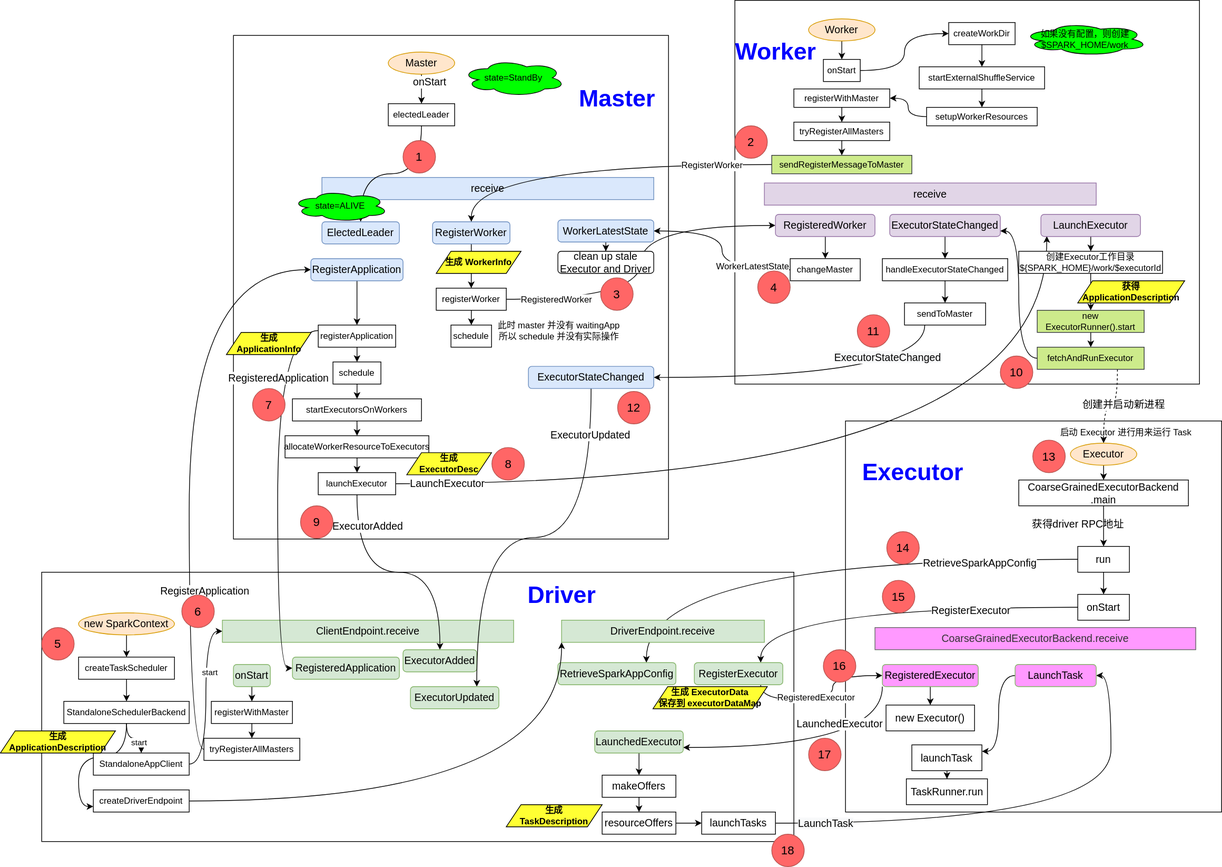
Above: docs/spark/spark-core/deploy/standalone-deploy.drawio.svg in wbo4958/wbo4958.github.io (draw.io), before the change. Source tidied: cells renumbered, new cells last; positions are measured from the earlier drawing's top-left corner, leaving out a move shared by most shapes.
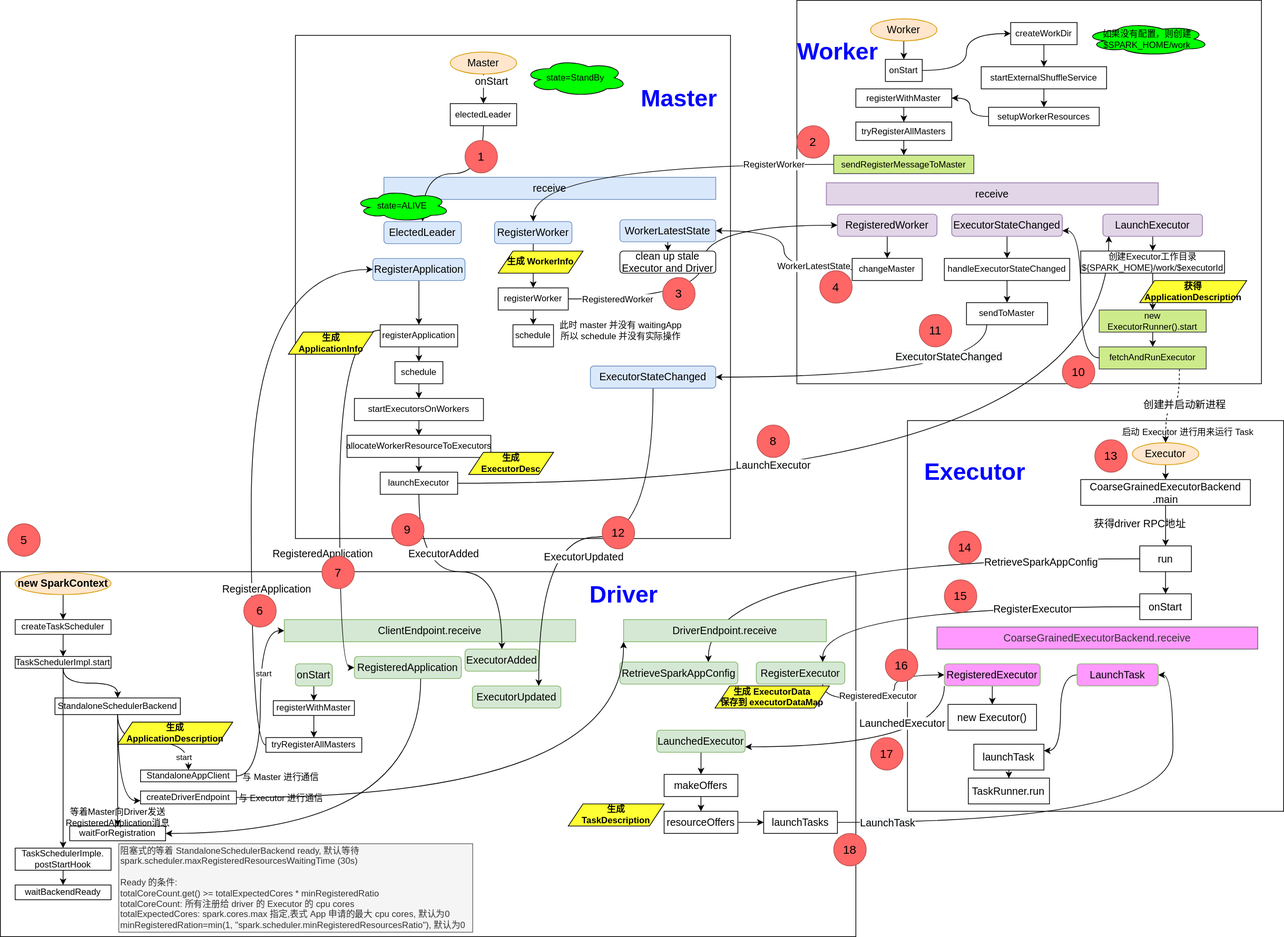
After the change.

Commit message:
Update standalone deploy page (#54)

Diff of the diagram source:
```diff
@@ -6,7 +6,7 @@
       <mxGeometry x="1146" y="570" width="510" height="530" as="geometry" />
     </mxCell>
     <mxCell id="3" style="rounded=0;whiteSpace=wrap;html=1;fillColor=#ffffff;fontSize=14;" parent="1" vertex="1">
-      <mxGeometry x="56" y="775" width="1020" height="365" as="geometry" />
+      <mxGeometry x="-84" y="775" width="1160" height="495" as="geometry" />
     </mxCell>
     <mxCell id="4" style="rounded=0;whiteSpace=wrap;html=1;fontSize=14;" parent="1" vertex="1">
       <mxGeometry x="996" width="630" height="520" as="geometry" />
@@ -158,26 +158,31 @@
     <mxCell id="51" style="edgeStyle=orthogonalEdgeStyle;curved=1;jettySize=auto;html=1;fontSize=12;" parent="1" edge="1" source="52" target="54">
       <mxGeometry relative="1" as="geometry" />
     </mxCell>
-    <mxCell id="52" value="new SparkContext" style="ellipse;whiteSpace=wrap;html=1;fontSize=14;fillColor=#ffe6cc;strokeColor=#d79b00;" parent="1" vertex="1">
-      <mxGeometry x="106" y="830" width="130" height="30" as="geometry" />
+    <mxCell id="52" value="new SparkContext" style="ellipse;whiteSpace=wrap;html=1;fontSize=14;fillColor=#ffe6cc;strokeColor=#d79b00;fontStyle=1;" parent="1" vertex="1">
+      <mxGeometry x="-64" y="776" width="130" height="30" as="geometry" />
     </mxCell>
-    <mxCell id="53" style="edgeStyle=orthogonalEdgeStyle;curved=1;jettySize=auto;html=1;fontSize=12;" parent="1" edge="1" source="54" target="58">
+    <mxCell id="53" style="edgeStyle=orthogonalEdgeStyle;curved=1;jettySize=auto;html=1;fontSize=12;" parent="1" edge="1" source="54" target="182">
       <mxGeometry relative="1" as="geometry" />
     </mxCell>
     <mxCell id="54" value="createTaskScheduler" style="whiteSpace=wrap;html=1;fontSize=12;" parent="1" vertex="1">
-      <mxGeometry x="106" y="890" width="130" height="30" as="geometry" />
+      <mxGeometry x="-64" y="840" width="130" height="20" as="geometry" />
     </mxCell>
     <mxCell id="55" style="edgeStyle=orthogonalEdgeStyle;curved=1;jettySize=auto;html=1;fontSize=12;" parent="1" edge="1" source="58" target="61">
       <mxGeometry relative="1" as="geometry" />
     </mxCell>
     <mxCell id="56" value="start" style="edgeLabel;html=1;align=center;verticalAlign=middle;" parent="55" vertex="1">
-      <mxGeometry x="0.23" y="-5" relative="1" as="geometry" />
+      <mxGeometry x="0.23" y="-5" relative="1" as="geometry">
+        <mxPoint x="21" y="15" as="offset" />
+      </mxGeometry>
     </mxCell>
     <mxCell id="57" style="edgeStyle=orthogonalEdgeStyle;curved=1;jettySize=auto;html=1;exitX=0.5;exitY=1;exitDx=0;exitDy=0;entryX=0;entryY=0.75;entryDx=0;entryDy=0;fontSize=14;" parent="1" edge="1" source="58" target="116">
       <mxGeometry relative="1" as="geometry" />
     </mxCell>
+    <mxCell id="178" style="edgeStyle=orthogonalEdgeStyle;curved=1;jettySize=auto;html=1;" parent="1" edge="1" source="58" target="185">
+      <mxGeometry relative="1" as="geometry" />
+    </mxCell>
     <mxCell id="58" value="StandaloneSchedulerBackend" style="whiteSpace=wrap;html=1;fontSize=12;" parent="1" vertex="1">
-      <mxGeometry x="86" y="950" width="170" height="30" as="geometry" />
+      <mxGeometry x="-10" y="946.2" width="170" height="22.5" as="geometry" />
     </mxCell>
     <mxCell id="59" style="edgeStyle=orthogonalEdgeStyle;curved=1;jettySize=auto;html=1;exitX=1;exitY=0.5;exitDx=0;exitDy=0;entryX=0;entryY=0.5;entryDx=0;entryDy=0;fontSize=12;" parent="1" edge="1" source="61" target="62">
       <mxGeometry relative="1" as="geometry" />
@@ -186,7 +191,7 @@
       <mxGeometry x="0.31" y="-4" relative="1" as="geometry" />
     </mxCell>
     <mxCell id="61" value="StandaloneAppClient" style="whiteSpace=wrap;html=1;fontSize=12;" parent="1" vertex="1">
-      <mxGeometry x="126" y="1020" width="130" height="30" as="geometry" />
+      <mxGeometry x="106" y="1044" width="130" height="16" as="geometry" />
     </mxCell>
     <mxCell id="62" value="ClientEndpoint.receive" style="rounded=0;whiteSpace=wrap;html=1;fontSize=14;fillColor=#d5e8d4;strokeColor=#82b366;" parent="1" vertex="1">
       <mxGeometry x="301" y="840" width="395" height="30" as="geometry" />
@@ -201,7 +206,7 @@
       <mxGeometry relative="1" as="geometry" />
     </mxCell>
     <mxCell id="66" value="registerWithMaster" style="whiteSpace=wrap;html=1;fontSize=12;" parent="1" vertex="1">
-      <mxGeometry x="286" y="950" width="110" height="30" as="geometry" />
+      <mxGeometry x="286" y="950" width="110" height="20" as="geometry" />
     </mxCell>
     <mxCell id="67" style="edgeStyle=orthogonalEdgeStyle;curved=1;jettySize=auto;html=1;exitX=0;exitY=0.5;exitDx=0;exitDy=0;entryX=0;entryY=0.5;entryDx=0;entryDy=0;fontSize=14;" parent="1" edge="1" source="69" target="71">
       <mxGeometry relative="1" as="geometry" />
@@ -212,7 +217,7 @@
       </mxGeometry>
     </mxCell>
     <mxCell id="69" value="tryRegisterAllMasters" style="whiteSpace=wrap;html=1;fontSize=12;" parent="1" vertex="1">
-      <mxGeometry x="276" y="1000" width="130" height="30" as="geometry" />
+      <mxGeometry x="276" y="1000" width="130" height="20" as="geometry" />
     </mxCell>
     <mxCell id="70" style="edgeStyle=orthogonalEdgeStyle;curved=1;jettySize=auto;html=1;exitX=0.5;exitY=1;exitDx=0;exitDy=0;fontSize=14;" parent="1" edge="1" source="71" target="75">
       <mxGeometry relative="1" as="geometry" />
@@ -228,7 +233,7 @@
     </mxCell>
     <mxCell id="74" value="RegisteredApplication" style="edgeLabel;html=1;align=center;verticalAlign=middle;fontSize=14;" parent="73" vertex="1">
       <mxGeometry x="-0.31" y="2" relative="1" as="geometry">
-        <mxPoint x="-2" y="-66" as="offset" />
+        <mxPoint x="-26" y="173" as="offset" />
       </mxGeometry>
     </mxCell>
     <mxCell id="75" value="registerApplication" style="rounded=0;whiteSpace=wrap;html=1;fontSize=12;" parent="1" vertex="1">
@@ -243,6 +248,13 @@
     <mxCell id="78" value="生成 &lt;br&gt;ApplicationInfo" style="shape=parallelogram;perimeter=parallelogramPerimeter;whiteSpace=wrap;html=1;fixedSize=1;rounded=0;fontSize=12;fillColor=#FFFF33;fontStyle=1;" parent="1" vertex="1">
       <mxGeometry x="306.5" y="450" width="115" height="30" as="geometry" />
     </mxCell>
+    <mxCell id="179" style="edgeStyle=orthogonalEdgeStyle;curved=1;jettySize=auto;html=1;" parent="1" edge="1" source="79" target="185">
+      <mxGeometry relative="1" as="geometry">
+        <Array as="points">
+          <mxPoint x="486" y="1130" />
+        </Array>
+      </mxGeometry>
+    </mxCell>
     <mxCell id="79" value="RegisteredApplication" style="rounded=1;whiteSpace=wrap;html=1;fontSize=14;fillColor=#d5e8d4;strokeColor=#82b366;" parent="1" vertex="1">
       <mxGeometry x="396" y="890" width="145" height="30" as="geometry" />
     </mxCell>
@@ -263,14 +275,16 @@
     </mxCell>
     <mxCell id="85" value="LaunchExecutor" style="edgeLabel;html=1;align=center;verticalAlign=middle;fontSize=14;" parent="84" vertex="1">
       <mxGeometry x="-0.89" y="1" relative="1" as="geometry">
-        <mxPoint x="1" as="offset" />
+        <mxPoint x="359" y="-24" as="offset" />
       </mxGeometry>
     </mxCell>
     <mxCell id="86" style="edgeStyle=orthogonalEdgeStyle;curved=1;jettySize=auto;html=1;exitX=0.5;exitY=1;exitDx=0;exitDy=0;entryX=0.5;entryY=0;entryDx=0;entryDy=0;fontSize=14;" parent="1" edge="1" source="88" target="93">
       <mxGeometry relative="1" as="geometry" />
     </mxCell>
     <mxCell id="87" value="ExecutorAdded" style="edgeLabel;html=1;align=center;verticalAlign=middle;fontSize=14;" parent="86" vertex="1">
-      <mxGeometry x="-0.74" y="13" relative="1" as="geometry" />
+      <mxGeometry x="-0.74" y="13" relative="1" as="geometry">
+        <mxPoint x="20" y="38" as="offset" />
+      </mxGeometry>
     </mxCell>
     <mxCell id="88" value="launchExecutor" style="rounded=0;whiteSpace=wrap;html=1;fontSize=12;" parent="1" vertex="1">
       <mxGeometry x="431" y="640" width="105" height="30" as="geometry" />
@@ -359,7 +373,7 @@
       <mxGeometry relative="1" as="geometry" />
     </mxCell>
     <mxCell id="116" value="createDriverEndpoint" style="whiteSpace=wrap;html=1;fontSize=12;" parent="1" vertex="1">
-      <mxGeometry x="126" y="1070" width="130" height="30" as="geometry" />
+      <mxGeometry x="106" y="1072.5" width="130" height="17.5" as="geometry" />
     </mxCell>
     <mxCell id="117" style="edgeStyle=orthogonalEdgeStyle;curved=1;jettySize=auto;html=1;exitX=0.75;exitY=1;exitDx=0;exitDy=0;entryX=0;entryY=0.5;entryDx=0;entryDy=0;fontSize=14;" parent="1" edge="1" source="119" target="128">
       <mxGeometry relative="1" as="geometry" />
@@ -418,7 +432,9 @@
       <mxGeometry relative="1" as="geometry" />
     </mxCell>
     <mxCell id="135" value="ExecutorUpdated" style="edgeLabel;html=1;align=center;verticalAlign=middle;fontSize=14;" parent="134" vertex="1">
-      <mxGeometry x="-0.78" y="-2" relative="1" as="geometry" />
+      <mxGeometry x="-0.78" y="-2" relative="1" as="geometry">
+        <mxPoint x="-93" y="166" as="offset" />
+      </mxGeometry>
     </mxCell>
     <mxCell id="136" value="ExecutorStateChanged" style="rounded=1;whiteSpace=wrap;html=1;fontSize=14;fillColor=#dae8fc;strokeColor=#6c8ebf;" parent="1" vertex="1">
       <mxGeometry x="716" y="496" width="170" height="30" as="geometry" />
@@ -450,28 +466,28 @@
       <mxGeometry x="1027" y="366.8" width="44" height="44" as="geometry" />
     </mxCell>
     <mxCell id="145" value="5" style="ellipse;whiteSpace=wrap;html=1;fontSize=16;strokeColor=#b85450;fillColor=#FF6666;" parent="1" vertex="1">
-      <mxGeometry x="56" y="850" width="44" height="44" as="geometry" />
+      <mxGeometry x="-74" y="710" width="44" height="44" as="geometry" />
     </mxCell>
     <mxCell id="146" value="6" style="ellipse;whiteSpace=wrap;html=1;fontSize=16;strokeColor=#b85450;fillColor=#FF6666;" parent="1" vertex="1">
       <mxGeometry x="246" y="806" width="44" height="44" as="geometry" />
     </mxCell>
     <mxCell id="147" value="7" style="ellipse;whiteSpace=wrap;html=1;fontSize=16;strokeColor=#b85450;fillColor=#FF6666;" parent="1" vertex="1">
-      <mxGeometry x="342" y="526" width="44" height="44" as="geometry" />
+      <mxGeometry x="352" y="754" width="44" height="44" as="geometry" />
     </mxCell>
     <mxCell id="148" value="8" style="ellipse;whiteSpace=wrap;html=1;fontSize=16;strokeColor=#b85450;fillColor=#FF6666;" parent="1" vertex="1">
-      <mxGeometry x="666.5" y="606" width="44" height="44" as="geometry" />
+      <mxGeometry x="942" y="576" width="44" height="44" as="geometry" />
     </mxCell>
     <mxCell id="149" value="10" style="ellipse;whiteSpace=wrap;html=1;fontSize=16;strokeColor=#b85450;fillColor=#FF6666;" parent="1" vertex="1">
       <mxGeometry x="1356" y="482" width="44" height="44" as="geometry" />
     </mxCell>
     <mxCell id="150" value="9" style="ellipse;whiteSpace=wrap;html=1;fontSize=16;strokeColor=#b85450;fillColor=#FF6666;" parent="1" vertex="1">
-      <mxGeometry x="407" y="685" width="44" height="44" as="geometry" />
+      <mxGeometry x="446.5" y="696" width="44" height="44" as="geometry" />
     </mxCell>
     <mxCell id="151" value="11" style="ellipse;whiteSpace=wrap;html=1;fontSize=16;strokeColor=#b85450;fillColor=#FF6666;" parent="1" vertex="1">
       <mxGeometry x="1162" y="426" width="44" height="44" as="geometry" />
     </mxCell>
     <mxCell id="152" value="12" style="ellipse;whiteSpace=wrap;html=1;fontSize=16;strokeColor=#b85450;fillColor=#FF6666;" parent="1" vertex="1">
-      <mxGeometry x="837" y="530" width="44" height="44" as="geometry" />
+      <mxGeometry x="732" y="700" width="44" height="44" as="geometry" />
     </mxCell>
     <mxCell id="153" value="13" style="ellipse;whiteSpace=wrap;html=1;fontSize=16;strokeColor=#b85450;fillColor=#FF6666;" parent="1" vertex="1">
       <mxGeometry x="1400" y="596" width="44" height="44" as="geometry" />
@@ -530,7 +546,7 @@
       <mxGeometry x="1046" y="1130" width="44" height="44" as="geometry" />
     </mxCell>
     <mxCell id="171" value="生成 &lt;br&gt;ApplicationDescription" style="shape=parallelogram;perimeter=parallelogramPerimeter;whiteSpace=wrap;html=1;fixedSize=1;rounded=0;fontSize=12;fillColor=#FFFF33;fontStyle=1;" parent="1" vertex="1">
-      <mxGeometry y="990" width="156" height="30" as="geometry" />
+      <mxGeometry x="75" y="979" width="156" height="30" as="geometry" />
     </mxCell>
     <mxCell id="172" value="启动 Executor 进行用来运行 Task" style="text;html=1;align=center;verticalAlign=middle;strokeColor=none;fillColor=none;" parent="1" vertex="1">
       <mxGeometry x="1431" y="576" width="190" height="20" as="geometry" />
@@ -550,5 +566,38 @@
     <mxCell id="177" value="生成 &lt;br&gt;ExecutorDesc" style="shape=parallelogram;perimeter=parallelogramPerimeter;whiteSpace=wrap;html=1;fixedSize=1;rounded=0;fontSize=12;fillColor=#FFFF33;fontStyle=1;" parent="1" vertex="1">
       <mxGeometry x="551" y="613" width="115" height="30" as="geometry" />
     </mxCell>
+    <mxCell id="180" style="edgeStyle=orthogonalEdgeStyle;jettySize=auto;html=1;curved=1;" parent="1" edge="1" source="182" target="58">
+      <mxGeometry relative="1" as="geometry" />
+    </mxCell>
+    <mxCell id="181" style="edgeStyle=orthogonalEdgeStyle;curved=1;jettySize=auto;html=1;" parent="1" edge="1" source="182" target="188">
+      <mxGeometry relative="1" as="geometry" />
+    </mxCell>
+    <mxCell id="182" value="TaskSchedulerImpl.start" style="whiteSpace=wrap;html=1;fontSize=12;" parent="1" vertex="1">
+      <mxGeometry x="-64" y="890" width="130" height="16" as="geometry" />
+    </mxCell>
+    <mxCell id="183" value="与 Master 进行通信" style="text;html=1;align=center;verticalAlign=middle;strokeColor=none;fillColor=none;" parent="1" vertex="1">
+      <mxGeometry x="236" y="1044" width="120" height="20" as="geometry" />
+    </mxCell>
+    <mxCell id="184" value="与 Executor 进行通信" style="text;html=1;align=center;verticalAlign=middle;strokeColor=none;fillColor=none;" parent="1" vertex="1">
+      <mxGeometry x="231" y="1072.5" width="130" height="20" as="geometry" />
+    </mxCell>
+    <mxCell id="185" value="waitForRegistration" style="whiteSpace=wrap;html=1;fontSize=12;" parent="1" vertex="1">
+      <mxGeometry x="10" y="1120" width="130" height="20" as="geometry" />
+    </mxCell>
+    <mxCell id="186" value="等着Master向Driver发送&lt;br&gt;RegisteredApplication消息" style="text;html=1;align=center;verticalAlign=middle;strokeColor=none;fillColor=none;" parent="1" vertex="1">
+      <mxGeometry x="-5" y="1092.5" width="160" height="30" as="geometry" />
+    </mxCell>
+    <mxCell id="187" style="edgeStyle=orthogonalEdgeStyle;curved=1;jettySize=auto;html=1;" parent="1" edge="1" source="188" target="189">
+      <mxGeometry relative="1" as="geometry" />
+    </mxCell>
+    <mxCell id="188" value="TaskSchedulerImple.&lt;br&gt;postStartHook" style="whiteSpace=wrap;html=1;fontSize=12;" parent="1" vertex="1">
+      <mxGeometry x="-64" y="1150" width="130" height="30" as="geometry" />
+    </mxCell>
+    <mxCell id="189" value="waitBackendReady" style="whiteSpace=wrap;html=1;fontSize=12;" parent="1" vertex="1">
+      <mxGeometry x="-64" y="1200" width="130" height="20" as="geometry" />
+    </mxCell>
+    <mxCell id="190" value="阻塞式的等着&amp;nbsp;StandaloneSchedulerBackend ready, 默认等待&lt;br&gt;spark.scheduler.maxRegisteredResourcesWaitingTime (30s)&lt;br&gt;&lt;br&gt;Ready 的条件:&lt;br&gt;totalCoreCount.get() &amp;gt;= totalExpectedCores * minRegisteredRatio&lt;br&gt;totalCoreCount: 所有注册给 driver 的 Executor 的 cpu cores&lt;br&gt;totalExpectedCores:&amp;nbsp;spark.cores.max 指定,表式 App 申请的最大 cpu cores, 默认为0&lt;br&gt;minRegisteredRation=min(1, &quot;spark.scheduler.minRegisteredResourcesRatio&quot;), 默认为0" style="text;html=1;align=left;verticalAlign=middle;strokeColor=#666666;fillColor=#f5f5f5;fontColor=#333333;" parent="1" vertex="1">
+      <mxGeometry x="76.5" y="1144" width="480" height="120" as="geometry" />
+    </mxCell>
   </root>
 </mxGraphModel>
```
